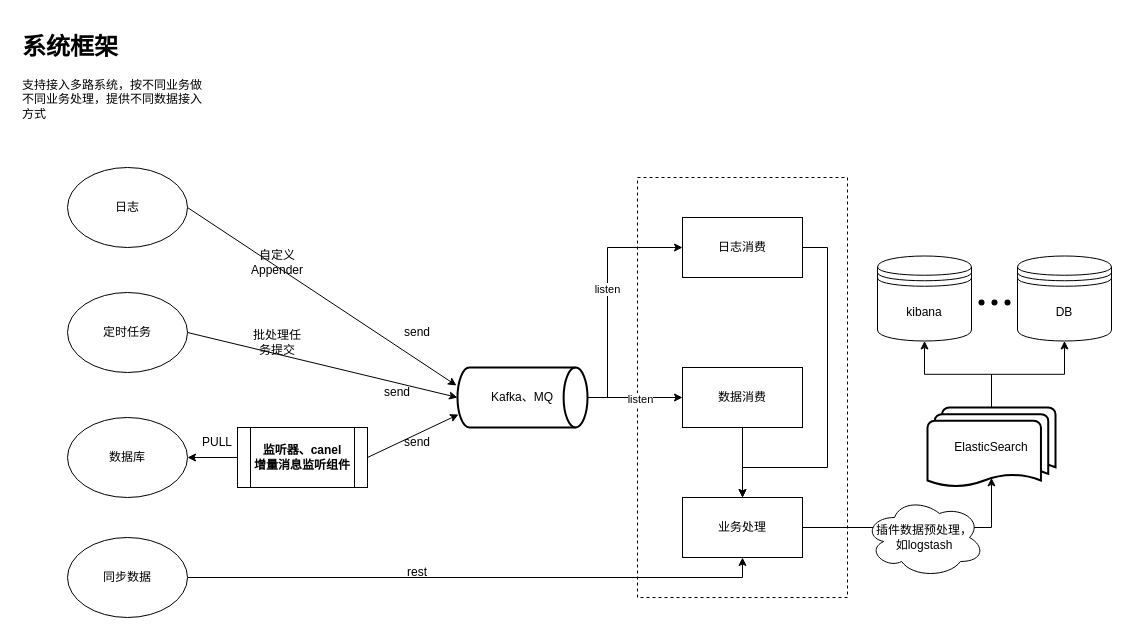
The draw.io diagram 绘图文件/数据采集对接ELK全流程.drawio in NjuptMei/DrowIo, before the edit. Source tidied: cells renumbered, new cells numbered last; positions are measured from the earlier drawing's top-left corner, leaving out a move shared by most shapes. Both pictures are drawn from the tidied source at 100%, with x=0, y=0 at pixel (17, 27).
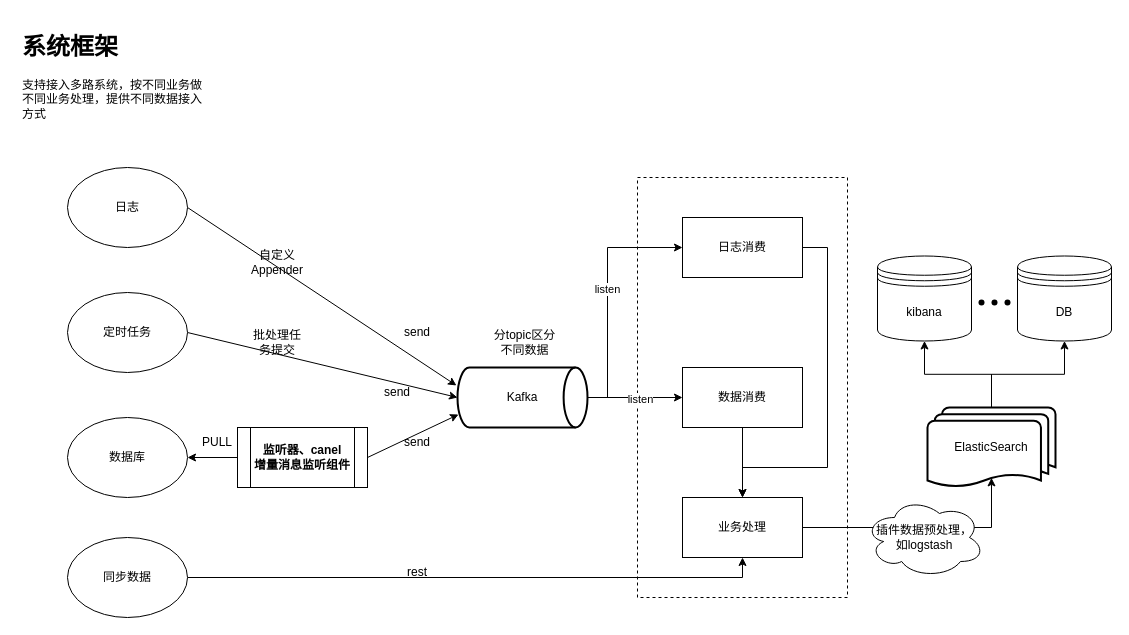
After the change.

Commit message:
更新数据采集对接ELK全流程.drawio

What changed in the source:
```diff
@@
-    <mxCell id="13" value="Kafka、MQ" style="strokeWidth=2;html=1;shape=mxgraph.flowchart.direct_data;whiteSpace=wrap;" parent="1" vertex="1">
+    <mxCell id="13" value="Kafka" style="strokeWidth=2;html=1;shape=mxgraph.flowchart.direct_data;whiteSpace=wrap;" parent="1" vertex="1">
       <mxGeometry x="440" y="340" width="130" height="60" as="geometry" />
     </mxCell>
@@
+    <mxCell id="41" value="分topic区分不同数据" style="text;html=1;strokeColor=none;fillColor=none;align=center;verticalAlign=middle;whiteSpace=wrap;rounded=0;" parent="1" vertex="1">
+      <mxGeometry x="475" y="300" width="65" height="30" as="geometry" />
+    </mxCell>
```
